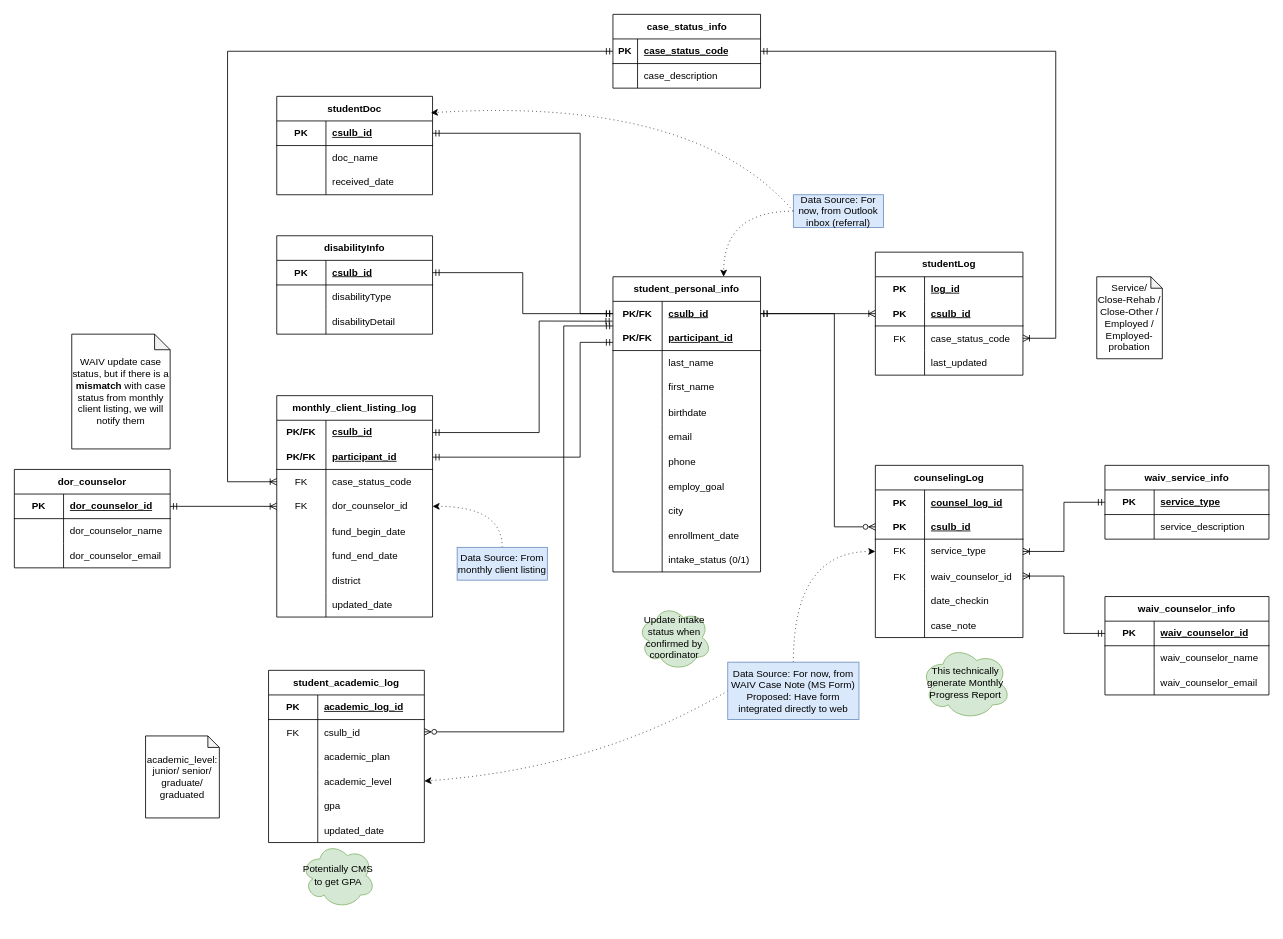
Above: page "schema" (4 of 4) of waivSchema.drawio in markqle/waiv (draw.io), before the change. Source tidied: cells renumbered, new cells numbered last; positions are measured from the earlier drawing's top-left corner, leaving out a move shared by most shapes. Both pictures are drawn from the tidied source at 82%, with x=0, y=0 at pixel (14, 14).
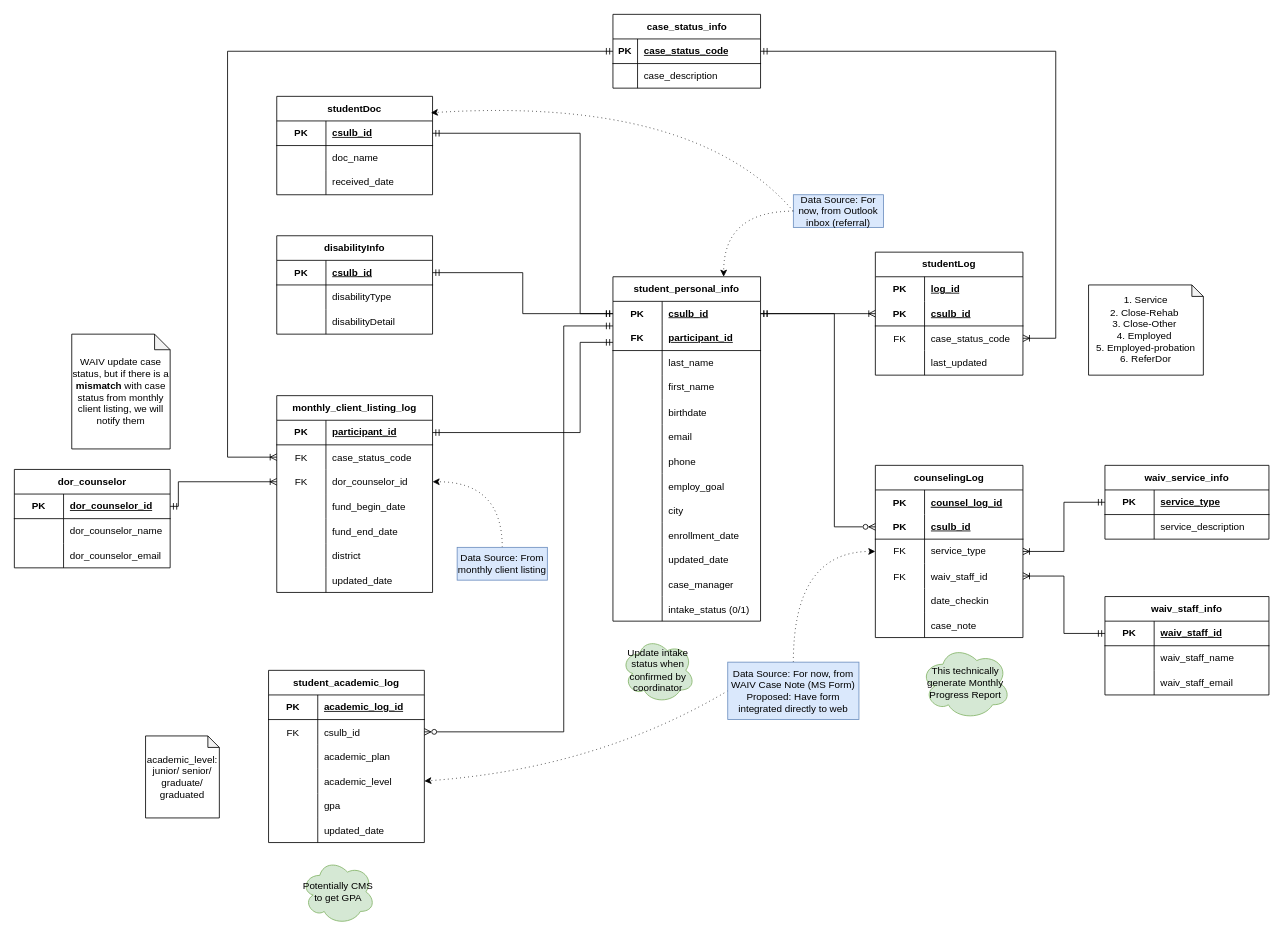
After the change.

The change refers to these unchanged cells:
```xml
<mxCell id="3" style="shape=tableRow;horizontal=0;startSize=0;swimlaneHead=0;swimlaneBody=0;fillColor=none;points=[[0,0.5],[1,0.5]];portConstraint=eastwest;top=0;left=0;right=0;bottom=0;html=1;" parent="2" vertex="1">
  <mxGeometry y="30" width="180" height="30" as="geometry" />
</mxCell>
<mxCell id="6" style="shape=tableRow;horizontal=0;startSize=0;swimlaneHead=0;swimlaneBody=0;fillColor=none;top=0;left=0;right=0;bottom=1;html=1;" parent="2" vertex="1">
  <mxGeometry y="60" width="180" height="30" as="geometry" />
</mxCell>
<mxCell id="37" style="shape=tableRow;horizontal=0;startSize=0;swimlaneHead=0;swimlaneBody=0;fillColor=none;points=[[0,0.5],[1,0.5]];portConstraint=eastwest;top=0;left=0;right=0;bottom=1;" parent="36" vertex="1">
  <mxGeometry y="30" width="180" height="30" as="geometry" />
</mxCell>
<mxCell id="76" style="shape=tableRow;horizontal=0;startSize=0;swimlaneHead=0;swimlaneBody=0;fillColor=none;points=[[0,0.5],[1,0.5]];portConstraint=eastwest;top=0;left=0;right=0;bottom=0;" parent="66" vertex="1">
  <mxGeometry y="120" width="180" height="30" as="geometry" />
</mxCell>
<mxCell id="94" style="shape=tableRow;horizontal=0;startSize=0;swimlaneHead=0;swimlaneBody=0;fillColor=none;points=[[0,0.5],[1,0.5]];portConstraint=eastwest;top=0;left=0;right=0;bottom=1;html=1;" parent="93" vertex="1">
  <mxGeometry y="30" width="200" height="30" as="geometry" />
</mxCell>
<mxCell id="97" style="shape=tableRow;horizontal=0;startSize=0;swimlaneHead=0;swimlaneBody=0;fillColor=none;top=0;left=0;right=0;bottom=0;html=1;" parent="93" vertex="1">
  <mxGeometry y="60" width="200" height="30" as="geometry" />
</mxCell>
<mxCell id="100" style="shape=tableRow;horizontal=0;startSize=0;swimlaneHead=0;swimlaneBody=0;fillColor=none;top=0;left=0;right=0;bottom=0;" parent="93" vertex="1">
  <mxGeometry y="90" width="200" height="30" as="geometry" />
</mxCell>
```

Diff of the diagram source:
```diff
@@
     <mxCell id="2" value="student_personal_info" style="shape=table;startSize=30;childLayout=tableLayout;rowLines=0;fontStyle=1;align=center;html=1;whiteSpace=wrap;" parent="1" vertex="1">
-      <mxGeometry x="730" y="320" width="180" height="360" as="geometry" />
+      <mxGeometry x="730" y="320" width="180" height="420" as="geometry" />
     </mxCell>
@@
-    <mxCell id="4" value="PK/FK" style="shape=partialRectangle;fillColor=none;top=0;left=0;bottom=0;right=0;fontStyle=1;overflow=hidden;html=1;whiteSpace=wrap;" parent="3" vertex="1">
+    <mxCell id="4" value="PK" style="shape=partialRectangle;fillColor=none;top=0;left=0;bottom=0;right=0;fontStyle=1;overflow=hidden;html=1;whiteSpace=wrap;" parent="3" vertex="1">
       <mxGeometry width="60" height="30" as="geometry" />
     </mxCell>
@@
-    <mxCell id="7" value="PK/FK" style="shape=partialRectangle;fillColor=none;top=0;left=0;bottom=0;right=0;fontStyle=1;overflow=hidden;html=1;whiteSpace=wrap;" parent="6" vertex="1">
+    <mxCell id="7" value="FK" style="shape=partialRectangle;fillColor=none;top=0;left=0;bottom=0;right=0;fontStyle=1;overflow=hidden;html=1;whiteSpace=wrap;" parent="6" vertex="1">
       <mxGeometry width="60" height="30" as="geometry" />
     </mxCell>
@@
+    <mxCell id="192" style="shape=tableRow;horizontal=0;startSize=0;swimlaneHead=0;swimlaneBody=0;fillColor=none;top=0;left=0;right=0;bottom=0;" parent="2" vertex="1">
+      <mxGeometry y="330" width="180" height="30" as="geometry" />
+    </mxCell>
+    <mxCell id="193" style="shape=partialRectangle;fillColor=none;top=0;left=0;bottom=0;right=0;overflow=hidden;" parent="192" vertex="1">
+      <mxGeometry width="60" height="30" as="geometry" />
+    </mxCell>
+    <mxCell id="194" value="updated_date" style="shape=partialRectangle;fillColor=none;top=0;left=0;bottom=0;right=0;align=left;spacingLeft=6;overflow=hidden;" parent="192" vertex="1">
+      <mxGeometry x="60" width="120" height="30" as="geometry" />
+    </mxCell>
+    <mxCell id="195" style="shape=tableRow;horizontal=0;startSize=0;swimlaneHead=0;swimlaneBody=0;fillColor=none;top=0;left=0;right=0;bottom=0;" parent="2" vertex="1">
+      <mxGeometry y="360" width="180" height="30" as="geometry" />
+    </mxCell>
+    <mxCell id="196" style="shape=partialRectangle;fillColor=none;top=0;left=0;bottom=0;right=0;overflow=hidden;" parent="195" vertex="1">
+      <mxGeometry width="60" height="30" as="geometry" />
+    </mxCell>
+    <mxCell id="197" value="case_manager" style="shape=partialRectangle;fillColor=none;top=0;left=0;bottom=0;right=0;align=left;spacingLeft=6;overflow=hidden;" parent="195" vertex="1">
+      <mxGeometry x="60" width="120" height="30" as="geometry" />
+    </mxCell>
     <mxCell id="33" style="shape=tableRow;horizontal=0;startSize=0;swimlaneHead=0;swimlaneBody=0;fillColor=none;top=0;left=0;right=0;bottom=0;" parent="2" vertex="1">
-      <mxGeometry y="330" width="180" height="30" as="geometry" />
+      <mxGeometry y="390" width="180" height="30" as="geometry" />
     </mxCell>
@@
-    <mxCell id="78" value="waiv_counselor_id" style="shape=partialRectangle;fillColor=none;top=0;left=0;bottom=0;right=0;align=left;spacingLeft=6;overflow=hidden;" parent="76" vertex="1">
+    <mxCell id="78" value="waiv_staff_id" style="shape=partialRectangle;fillColor=none;top=0;left=0;bottom=0;right=0;align=left;spacingLeft=6;overflow=hidden;" parent="76" vertex="1">
       <mxGeometry x="60" width="120" height="30" as="geometry" />
     </mxCell>
@@
-    <mxCell id="93" value="waiv_counselor_info" style="shape=table;startSize=30;childLayout=tableLayout;rowLines=0;fontStyle=1;align=center;html=1;whiteSpace=wrap;" parent="1" vertex="1">
+    <mxCell id="93" value="waiv_staff_info" style="shape=table;startSize=30;childLayout=tableLayout;rowLines=0;fontStyle=1;align=center;html=1;whiteSpace=wrap;" parent="1" vertex="1">
       <mxGeometry x="1330" y="710" width="200" height="120" as="geometry" />
     </mxCell>
@@
-    <mxCell id="96" value="waiv_counselor_id" style="shape=partialRectangle;fillColor=none;top=0;left=0;bottom=0;right=0;align=left;spacingLeft=6;fontStyle=5;overflow=hidden;html=1;whiteSpace=wrap;" parent="94" vertex="1">
+    <mxCell id="96" value="waiv_staff_id" style="shape=partialRectangle;fillColor=none;top=0;left=0;bottom=0;right=0;align=left;spacingLeft=6;fontStyle=5;overflow=hidden;html=1;whiteSpace=wrap;" parent="94" vertex="1">
       <mxGeometry x="60" width="140" height="30" as="geometry" />
     </mxCell>
@@
-    <mxCell id="99" value="waiv_counselor_name" style="shape=partialRectangle;fillColor=none;top=0;left=0;bottom=0;right=0;align=left;spacingLeft=6;overflow=hidden;html=1;whiteSpace=wrap;" parent="97" vertex="1">
+    <mxCell id="99" value="waiv_staff_name" style="shape=partialRectangle;fillColor=none;top=0;left=0;bottom=0;right=0;align=left;spacingLeft=6;overflow=hidden;html=1;whiteSpace=wrap;" parent="97" vertex="1">
       <mxGeometry x="60" width="140" height="30" as="geometry" />
     </mxCell>
@@
-    <mxCell id="102" value="waiv_counselor_email" style="shape=partialRectangle;fillColor=none;top=0;left=0;bottom=0;right=0;align=left;spacingLeft=6;overflow=hidden;" parent="100" vertex="1">
+    <mxCell id="102" value="waiv_staff_email" style="shape=partialRectangle;fillColor=none;top=0;left=0;bottom=0;right=0;align=left;spacingLeft=6;overflow=hidden;" parent="100" vertex="1">
       <mxGeometry x="60" width="140" height="30" as="geometry" />
     </mxCell>
@@
     <mxCell id="108" value="monthly_client_listing_log" style="shape=table;startSize=30;childLayout=tableLayout;rowLines=0;fontStyle=1;align=center;html=1;whiteSpace=wrap;" parent="1" vertex="1">
-      <mxGeometry x="320" y="465" width="190" height="270" as="geometry" />
+      <mxGeometry x="320" y="465" width="190" height="240" as="geometry" />
     </mxCell>
-    <mxCell id="109" style="shape=tableRow;horizontal=0;startSize=0;swimlaneHead=0;swimlaneBody=0;fillColor=none;points=[[0,0.5],[1,0.5]];portConstraint=eastwest;top=0;left=0;right=0;bottom=0;html=1;" parent="108" vertex="1">
-      <mxGeometry y="30" width="190" height="30" as="geometry" />
-    </mxCell>
-    <mxCell id="110" value="PK/FK" style="shape=partialRectangle;fillColor=none;top=0;left=0;bottom=0;right=0;fontStyle=1;overflow=hidden;html=1;whiteSpace=wrap;" parent="109" vertex="1">
-      <mxGeometry width="60" height="30" as="geometry" />
-    </mxCell>
-    <mxCell id="111" value="csulb_id" style="shape=partialRectangle;fillColor=none;top=0;left=0;bottom=0;right=0;align=left;spacingLeft=6;fontStyle=5;overflow=hidden;html=1;whiteSpace=wrap;" parent="109" vertex="1">
-      <mxGeometry x="60" width="130" height="30" as="geometry" />
-    </mxCell>
     <mxCell id="112" style="shape=tableRow;horizontal=0;startSize=0;swimlaneHead=0;swimlaneBody=0;fillColor=none;points=[[0,0.5],[1,0.5]];portConstraint=eastwest;top=0;left=0;right=0;bottom=1;html=1;" parent="108" vertex="1">
-      <mxGeometry y="60" width="190" height="30" as="geometry" />
+      <mxGeometry y="30" width="190" height="30" as="geometry" />
     </mxCell>
-    <mxCell id="113" value="PK/FK" style="shape=partialRectangle;fillColor=none;top=0;left=0;bottom=0;right=0;fontStyle=1;overflow=hidden;html=1;whiteSpace=wrap;" parent="112" vertex="1">
+    <mxCell id="113" value="PK" style="shape=partialRectangle;fillColor=none;top=0;left=0;bottom=0;right=0;fontStyle=1;overflow=hidden;html=1;whiteSpace=wrap;" parent="112" vertex="1">
       <mxGeometry width="60" height="30" as="geometry" />
     </mxCell>
@@
     <mxCell id="115" style="shape=tableRow;horizontal=0;startSize=0;swimlaneHead=0;swimlaneBody=0;fillColor=none;points=[[0,0.5],[1,0.5]];portConstraint=eastwest;top=0;left=0;right=0;bottom=0;" parent="108" vertex="1">
-      <mxGeometry y="90" width="190" height="30" as="geometry" />
+      <mxGeometry y="60" width="190" height="30" as="geometry" />
     </mxCell>
@@
     <mxCell id="118" style="shape=tableRow;horizontal=0;startSize=0;swimlaneHead=0;swimlaneBody=0;fillColor=none;points=[[0,0.5],[1,0.5]];portConstraint=eastwest;top=0;left=0;right=0;bottom=0;html=1;" parent="108" vertex="1">
-      <mxGeometry y="120" width="190" height="30" as="geometry" />
+      <mxGeometry y="90" width="190" height="30" as="geometry" />
     </mxCell>
@@
     <mxCell id="121" style="shape=tableRow;horizontal=0;startSize=0;swimlaneHead=0;swimlaneBody=0;fillColor=none;top=0;left=0;right=0;bottom=0;" parent="108" vertex="1">
-      <mxGeometry y="150" width="190" height="30" as="geometry" />
+      <mxGeometry y="120" width="190" height="30" as="geometry" />
     </mxCell>
@@
     <mxCell id="124" style="shape=tableRow;horizontal=0;startSize=0;swimlaneHead=0;swimlaneBody=0;fillColor=none;top=0;left=0;right=0;bottom=0;" parent="108" vertex="1">
-      <mxGeometry y="180" width="190" height="30" as="geometry" />
+      <mxGeometry y="150" width="190" height="30" as="geometry" />
     </mxCell>
@@
     <mxCell id="127" style="shape=tableRow;horizontal=0;startSize=0;swimlaneHead=0;swimlaneBody=0;fillColor=none;top=0;left=0;right=0;bottom=0;" parent="108" vertex="1">
-      <mxGeometry y="210" width="190" height="30" as="geometry" />
+      <mxGeometry y="180" width="190" height="30" as="geometry" />
     </mxCell>
@@
     <mxCell id="130" style="shape=tableRow;horizontal=0;startSize=0;swimlaneHead=0;swimlaneBody=0;fillColor=none;top=0;left=0;right=0;bottom=0;" parent="108" vertex="1">
-      <mxGeometry y="240" width="190" height="30" as="geometry" />
+      <mxGeometry y="210" width="190" height="30" as="geometry" />
     </mxCell>
@@
-    <mxCell id="133" style="edgeStyle=orthogonalEdgeStyle;rounded=0;jettySize=auto;html=1;entryX=1;entryY=0.5;entryDx=0;entryDy=0;endArrow=ERmandOne;endFill=0;startArrow=ERmandOne;startFill=0;exitX=-0.003;exitY=0.805;exitDx=0;exitDy=0;exitPerimeter=0;" parent="1" edge="1" source="3" target="109">
-      <mxGeometry relative="1" as="geometry">
-        <Array as="points">
-          <mxPoint x="710" y="374" />
-          <mxPoint x="640" y="374" />
-          <mxPoint x="640" y="510" />
-        </Array>
-      </mxGeometry>
-    </mxCell>
     <mxCell id="134" style="edgeStyle=orthogonalEdgeStyle;rounded=0;jettySize=auto;html=1;entryX=1;entryY=0.5;entryDx=0;entryDy=0;endArrow=ERmandOne;endFill=0;startArrow=ERmandOne;startFill=0;" parent="1" edge="1" target="112">
       <mxGeometry relative="1" as="geometry">
         <mxPoint x="730" y="400" as="sourcePoint" />
         <Array as="points">
           <mxPoint x="690" y="400" />
-          <mxPoint x="690" y="540" />
+          <mxPoint x="690" y="510" />
         </Array>
       </mxGeometry>
     </mxCell>
     <mxCell id="135" style="edgeStyle=orthogonalEdgeStyle;rounded=0;jettySize=auto;html=1;exitX=0;exitY=0.5;exitDx=0;exitDy=0;endArrow=ERmandOne;endFill=0;startArrow=ERoneToMany;startFill=0;entryX=0;entryY=0.5;entryDx=0;entryDy=0;" parent="1" edge="1" source="115" target="37">
       <mxGeometry relative="1" as="geometry">
         <Array as="points">
-          <mxPoint x="260" y="570" />
+          <mxPoint x="260" y="540" />
           <mxPoint x="260" y="45" />
         </Array>
       </mxGeometry>
     </mxCell>
-    <mxCell id="136" value="Service/&lt;div&gt;Close-Rehab / Close-Other / Employed / Employed-probation&lt;/div&gt;" style="shape=note;whiteSpace=wrap;html=1;backgroundOutline=1;darkOpacity=0.05;size=14;" parent="1" vertex="1">
-      <mxGeometry x="1320" y="320" width="80" height="100" as="geometry" />
+    <mxCell id="136" value="1. Service&lt;div&gt;&lt;span style=&quot;background-color: transparent; color: light-dark(rgb(0, 0, 0), rgb(255, 255, 255));&quot;&gt;2. Close-Rehab&amp;nbsp;&lt;/span&gt;&lt;/div&gt;&lt;div&gt;&lt;span style=&quot;background-color: transparent; color: light-dark(rgb(0, 0, 0), rgb(255, 255, 255));&quot;&gt;3. Close-Other&amp;nbsp;&lt;/span&gt;&lt;/div&gt;&lt;div&gt;&lt;span style=&quot;background-color: transparent; color: light-dark(rgb(0, 0, 0), rgb(255, 255, 255));&quot;&gt;4. Employed&amp;nbsp;&lt;/span&gt;&lt;/div&gt;&lt;div&gt;&lt;span style=&quot;background-color: transparent; color: light-dark(rgb(0, 0, 0), rgb(255, 255, 255));&quot;&gt;5. Employed-probation&lt;/span&gt;&lt;/div&gt;&lt;div&gt;&lt;span style=&quot;background-color: transparent; color: light-dark(rgb(0, 0, 0), rgb(255, 255, 255));&quot;&gt;6. ReferDor&lt;/span&gt;&lt;/div&gt;" style="shape=note;whiteSpace=wrap;html=1;backgroundOutline=1;darkOpacity=0.05;size=14;" parent="1" vertex="1">
+      <mxGeometry x="1310" y="330" width="140" height="110" as="geometry" />
     </mxCell>
@@
     <mxCell id="175" value="Potentially CMS to get GPA" style="ellipse;shape=cloud;whiteSpace=wrap;html=1;align=center;fillColor=#d5e8d4;strokeColor=#82b366;" parent="1" vertex="1">
-      <mxGeometry x="350" y="1010" width="90" height="80" as="geometry" />
+      <mxGeometry x="350" y="1030" width="90" height="80" as="geometry" />
     </mxCell>
@@
     <mxCell id="177" value="Update intake status when confirmed by coordinator" style="ellipse;shape=cloud;whiteSpace=wrap;html=1;align=center;fillColor=#d5e8d4;strokeColor=#82b366;" parent="1" vertex="1">
-      <mxGeometry x="760" y="720" width="90" height="80" as="geometry" />
+      <mxGeometry x="740" y="760" width="90" height="80" as="geometry" />
     </mxCell>
```
